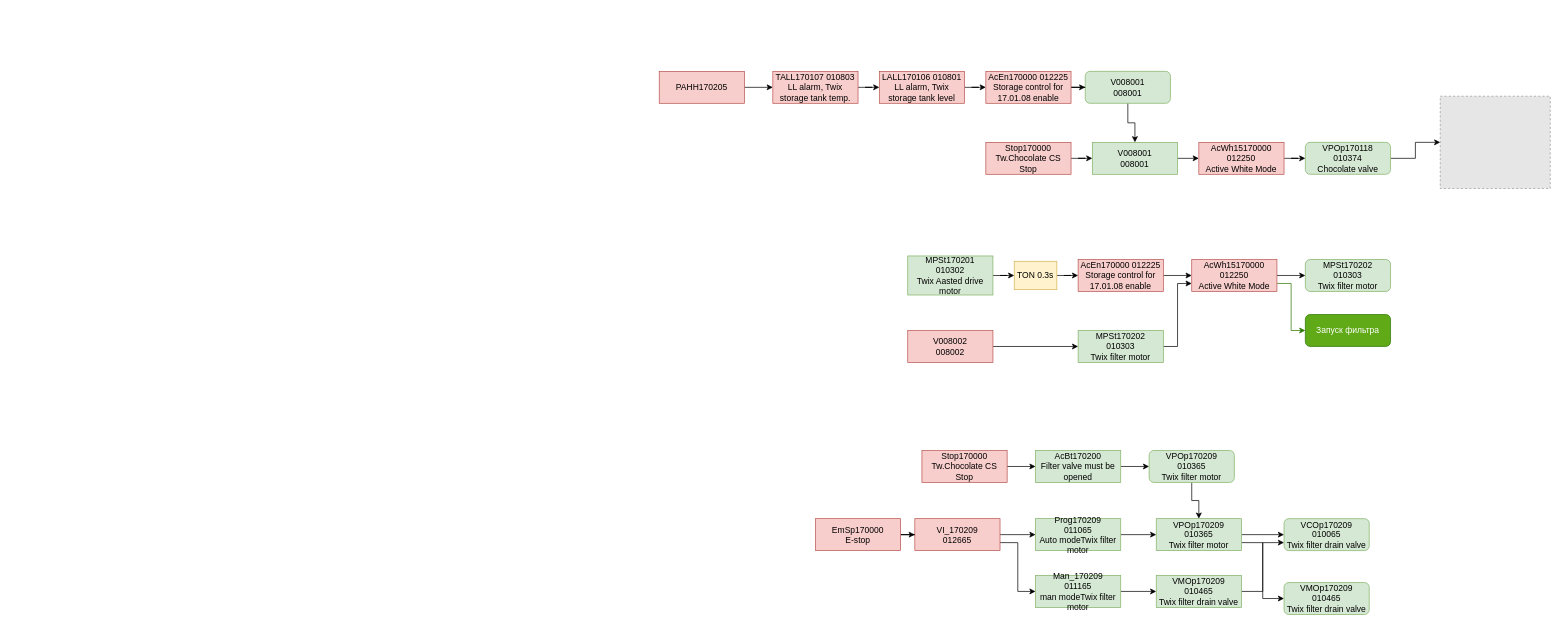
The draw.io diagram ChocFilter_MiniTwix.drawio in Johnystu/draw_io, before the edit. Source tidied: cells renumbered, new cells numbered last; positions are measured from the earlier drawing's top-left corner, leaving out a move shared by most shapes. Both pictures are drawn from the tidied source at 71%, with x=0, y=0 at pixel (659, 71). Pictures stored in the file or linked from it are replaced by grey dashed boxes.
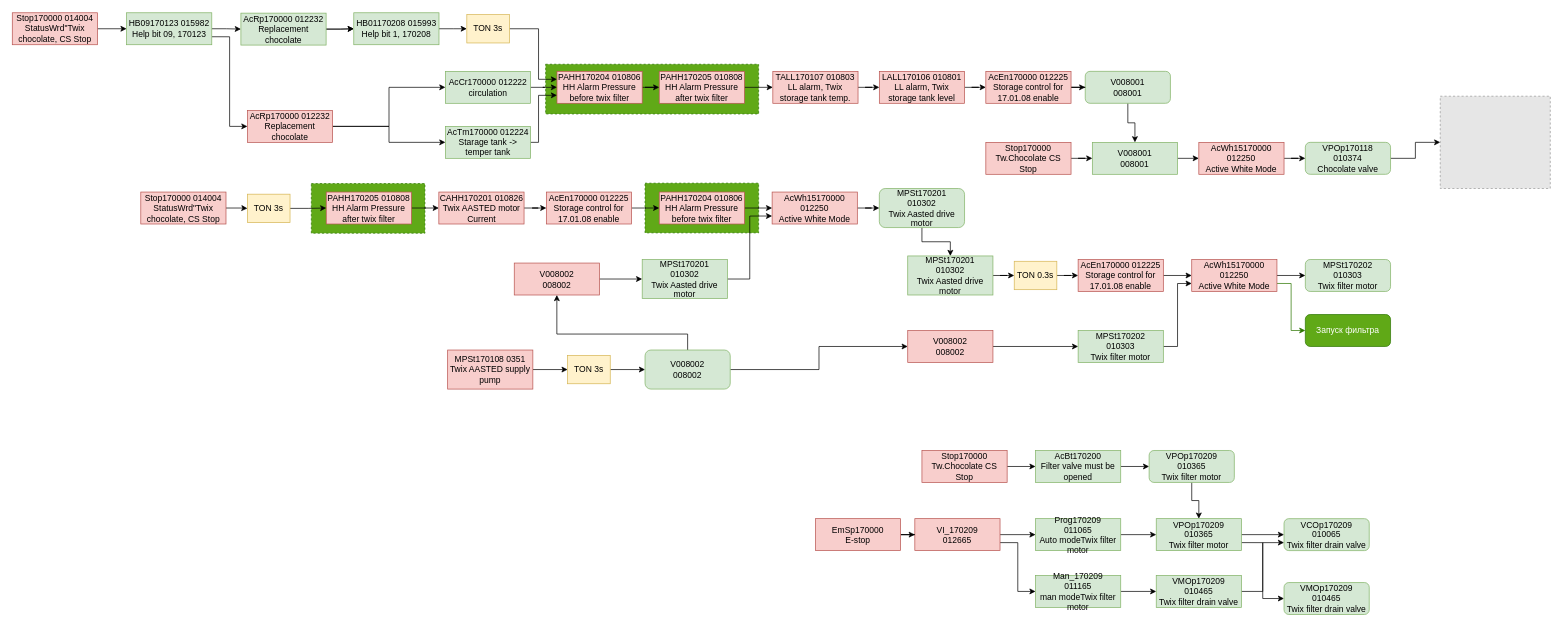
Above is the later version.

The change refers to these unchanged cells:
```xml
<mxCell id="11" value="&lt;div&gt;V008002&lt;/div&gt;&lt;div&gt;008002&lt;br&gt;&lt;/div&gt;" style="rounded=0;whiteSpace=wrap;html=1;fillColor=#f8cecc;strokeColor=#b85450;" parent="1" vertex="1">
  <mxGeometry x="350" y="365" width="120" height="45" as="geometry" />
</mxCell>
<mxCell id="15" value="&lt;div&gt;MPSt170201&lt;/div&gt;&lt;div&gt;010302&lt;/div&gt;&lt;div&gt;Twix Aasted drive motor&lt;br&gt;&lt;/div&gt;" style="rounded=0;whiteSpace=wrap;html=1;fillColor=#d5e8d4;strokeColor=#82b366;" parent="1" vertex="1">
  <mxGeometry x="350" y="260" width="120" height="55" as="geometry" />
</mxCell>
```

Diff of the diagram source:
```diff
@@
+    <mxCell id="58" style="rounded=0;whiteSpace=wrap;html=1;fillColor=#60a917;dashed=1;strokeColor=#2D7600;fontColor=#ffffff;" parent="1" vertex="1">
+      <mxGeometry x="-20" y="157.5" width="160" height="70" as="geometry" />
+    </mxCell>
+    <mxCell id="59" style="rounded=0;whiteSpace=wrap;html=1;fillColor=#60a917;dashed=1;strokeColor=#2D7600;fontColor=#ffffff;" parent="1" vertex="1">
+      <mxGeometry x="-490" y="158" width="160" height="70" as="geometry" />
+    </mxCell>
+    <mxCell id="60" style="rounded=0;whiteSpace=wrap;html=1;fillColor=#60a917;dashed=1;strokeColor=#2D7600;fontColor=#ffffff;" parent="1" vertex="1">
+      <mxGeometry x="-160" y="-10" width="300" height="70" as="geometry" />
+    </mxCell>
@@
-    <mxCell id="57" value="&lt;div&gt;PAHH170205 &lt;br&gt;&lt;/div&gt;" style="rounded=0;whiteSpace=wrap;html=1;fillColor=#f8cecc;strokeColor=#b85450;" parent="1" vertex="1">
+    <mxCell id="57" value="&lt;div&gt;PAHH170205 010808&lt;/div&gt;&lt;div&gt;HH Alarm Pressure after twix filter&lt;br&gt;&lt;/div&gt;" style="rounded=0;whiteSpace=wrap;html=1;fillColor=#f8cecc;strokeColor=#b85450;" parent="1" vertex="1">
       <mxGeometry width="120" height="45" as="geometry" />
     </mxCell>
+    <mxCell id="61" style="edgeStyle=orthogonalEdgeStyle;rounded=0;jettySize=auto;html=1;" parent="1" edge="1" source="62" target="57">
+      <mxGeometry relative="1" as="geometry" />
+    </mxCell>
+    <mxCell id="62" value="&lt;div&gt;PAHH170204 010806&lt;/div&gt;&lt;div&gt;HH Alarm Pressure before twix filter&lt;br&gt;&lt;/div&gt;" style="rounded=0;whiteSpace=wrap;html=1;fillColor=#f8cecc;strokeColor=#b85450;" parent="1" vertex="1">
+      <mxGeometry x="-144" width="120" height="45" as="geometry" />
+    </mxCell>
+    <mxCell id="63" style="edgeStyle=orthogonalEdgeStyle;rounded=0;jettySize=auto;html=1;entryX=0;entryY=0.5;entryDx=0;entryDy=0;" parent="1" edge="1" source="64" target="62">
+      <mxGeometry relative="1" as="geometry" />
+    </mxCell>
+    <mxCell id="64" value="&lt;div&gt;AcCr170000 012222&lt;/div&gt;&lt;div&gt;circulation&lt;br&gt;&lt;/div&gt;" style="rounded=0;whiteSpace=wrap;html=1;fillColor=#d5e8d4;strokeColor=#82b366;" parent="1" vertex="1">
+      <mxGeometry x="-301.2" width="120" height="45" as="geometry" />
+    </mxCell>
+    <mxCell id="65" style="edgeStyle=orthogonalEdgeStyle;rounded=0;jettySize=auto;html=1;entryX=0;entryY=0.75;entryDx=0;entryDy=0;" parent="1" edge="1" source="66" target="62">
+      <mxGeometry relative="1" as="geometry">
+        <Array as="points">
+          <mxPoint x="-170" y="100" />
+          <mxPoint x="-170" y="34" />
+        </Array>
+      </mxGeometry>
+    </mxCell>
+    <mxCell id="66" value="&lt;div&gt;AcTm170000 012224&lt;/div&gt;&lt;div&gt;Starage tank -&amp;gt; temper tank&lt;br&gt;&lt;/div&gt;" style="rounded=0;whiteSpace=wrap;html=1;fillColor=#d5e8d4;strokeColor=#82b366;" parent="1" vertex="1">
+      <mxGeometry x="-301.2" y="77.5" width="120" height="45" as="geometry" />
+    </mxCell>
+    <mxCell id="67" style="edgeStyle=orthogonalEdgeStyle;rounded=0;jettySize=auto;html=1;entryX=0;entryY=0.5;entryDx=0;entryDy=0;" parent="1" edge="1" source="69" target="64">
+      <mxGeometry relative="1" as="geometry" />
+    </mxCell>
+    <mxCell id="68" style="edgeStyle=orthogonalEdgeStyle;rounded=0;jettySize=auto;html=1;entryX=0;entryY=0.5;entryDx=0;entryDy=0;" parent="1" edge="1" source="69" target="66">
+      <mxGeometry relative="1" as="geometry" />
+    </mxCell>
+    <mxCell id="69" value="&lt;div&gt;AcRp170000 012232&lt;/div&gt;&lt;div&gt;Replacement chocolate&lt;br&gt;&lt;/div&gt;" style="rounded=0;whiteSpace=wrap;html=1;fillColor=#f8cecc;strokeColor=#b85450;" parent="1" vertex="1">
+      <mxGeometry x="-580" y="55" width="120" height="45" as="geometry" />
+    </mxCell>
+    <mxCell id="70" style="edgeStyle=orthogonalEdgeStyle;rounded=0;jettySize=auto;html=1;entryX=0;entryY=0.25;entryDx=0;entryDy=0;" parent="1" edge="1" source="71" target="62">
+      <mxGeometry relative="1" as="geometry">
+        <Array as="points">
+          <mxPoint x="-170" y="-60" />
+          <mxPoint x="-170" y="11" />
+        </Array>
+      </mxGeometry>
+    </mxCell>
+    <mxCell id="71" value="TON 3s" style="rounded=0;whiteSpace=wrap;html=1;fillColor=#fff2cc;strokeColor=#d6b656;" parent="1" vertex="1">
+      <mxGeometry x="-271" y="-80" width="60" height="40" as="geometry" />
+    </mxCell>
+    <mxCell id="72" style="edgeStyle=orthogonalEdgeStyle;rounded=0;jettySize=auto;html=1;" parent="1" edge="1" source="73" target="71">
+      <mxGeometry relative="1" as="geometry" />
+    </mxCell>
+    <mxCell id="73" value="&lt;div&gt;HB01170208 015993&lt;/div&gt;&lt;div&gt;Help bit 1, 170208&lt;br&gt;&lt;/div&gt;" style="rounded=0;whiteSpace=wrap;html=1;fillColor=#d5e8d4;strokeColor=#82b366;" parent="1" vertex="1">
+      <mxGeometry x="-430.2" y="-82.5" width="120" height="45" as="geometry" />
+    </mxCell>
+    <mxCell id="74" style="edgeStyle=orthogonalEdgeStyle;rounded=0;jettySize=auto;html=1;" parent="1" edge="1" source="76" target="73">
+      <mxGeometry relative="1" as="geometry" />
+    </mxCell>
+    <mxCell id="75" style="edgeStyle=orthogonalEdgeStyle;rounded=0;jettySize=auto;html=1;entryX=0;entryY=0.5;entryDx=0;entryDy=0;" parent="1" edge="1" source="76" target="73">
+      <mxGeometry relative="1" as="geometry" />
+    </mxCell>
+    <mxCell id="76" value="&lt;div&gt;AcRp170000 012232&lt;/div&gt;&lt;div&gt;Replacement chocolate&lt;br&gt;&lt;/div&gt;" style="rounded=0;whiteSpace=wrap;html=1;fillColor=#d5e8d4;strokeColor=#82b366;" parent="1" vertex="1">
+      <mxGeometry x="-589.2" y="-82" width="120" height="45" as="geometry" />
+    </mxCell>
+    <mxCell id="77" style="edgeStyle=orthogonalEdgeStyle;rounded=0;jettySize=auto;html=1;" parent="1" edge="1" source="79" target="76">
+      <mxGeometry relative="1" as="geometry" />
+    </mxCell>
+    <mxCell id="78" style="edgeStyle=orthogonalEdgeStyle;rounded=0;jettySize=auto;html=1;exitX=1;exitY=0.75;exitDx=0;exitDy=0;entryX=0;entryY=0.5;entryDx=0;entryDy=0;" parent="1" edge="1" source="79" target="69">
+      <mxGeometry relative="1" as="geometry" />
+    </mxCell>
+    <mxCell id="79" value="&lt;div&gt;HB09170123 015982&lt;/div&gt;&lt;div&gt;Help bit 09, 170123&lt;br&gt;&lt;/div&gt;" style="rounded=0;whiteSpace=wrap;html=1;fillColor=#d5e8d4;strokeColor=#82b366;" parent="1" vertex="1">
+      <mxGeometry x="-750.2" y="-82.5" width="120" height="45" as="geometry" />
+    </mxCell>
+    <mxCell id="80" style="edgeStyle=orthogonalEdgeStyle;rounded=0;jettySize=auto;html=1;" parent="1" edge="1" source="81" target="79">
+      <mxGeometry relative="1" as="geometry" />
+    </mxCell>
+    <mxCell id="81" value="&lt;div&gt;Stop170000 014004&lt;/div&gt;&lt;div&gt;StatusWrd&quot;Twix chocolate, CS Stop&lt;br&gt;&lt;/div&gt;" style="rounded=0;whiteSpace=wrap;html=1;fillColor=#f8cecc;strokeColor=#b85450;" parent="1" vertex="1">
+      <mxGeometry x="-911.2" y="-82.5" width="120" height="45" as="geometry" />
+    </mxCell>
+    <mxCell id="82" style="edgeStyle=orthogonalEdgeStyle;rounded=0;jettySize=auto;html=1;entryX=0;entryY=0.5;entryDx=0;entryDy=0;" parent="1" edge="1" source="83" target="85">
+      <mxGeometry relative="1" as="geometry" />
+    </mxCell>
+    <mxCell id="83" value="&lt;div&gt;AcWh15170000&lt;/div&gt;&lt;div&gt;012250&lt;br&gt;&lt;/div&gt;&lt;div&gt;Active White Mode&lt;br&gt;&lt;/div&gt;" style="rounded=0;whiteSpace=wrap;html=1;fillColor=#f8cecc;strokeColor=#b85450;" parent="1" vertex="1">
+      <mxGeometry x="159" y="170" width="120" height="45" as="geometry" />
+    </mxCell>
+    <mxCell id="84" style="edgeStyle=orthogonalEdgeStyle;rounded=0;jettySize=auto;html=1;" parent="1" edge="1" source="85" target="15">
+      <mxGeometry relative="1" as="geometry" />
+    </mxCell>
+    <mxCell id="85" value="&lt;div&gt;MPSt170201&lt;/div&gt;&lt;div&gt;010302&lt;/div&gt;&lt;div&gt;Twix Aasted drive motor&lt;br&gt;&lt;/div&gt;" style="rounded=1;whiteSpace=wrap;html=1;fillColor=#d5e8d4;strokeColor=#82b366;" parent="1" vertex="1">
+      <mxGeometry x="310" y="165" width="120" height="55" as="geometry" />
+    </mxCell>
+    <mxCell id="86" style="edgeStyle=orthogonalEdgeStyle;rounded=0;jettySize=auto;html=1;" parent="1" edge="1" source="87" target="83">
+      <mxGeometry relative="1" as="geometry" />
+    </mxCell>
+    <mxCell id="87" value="&lt;div&gt;PAHH170204 010806&lt;/div&gt;&lt;div&gt;HH Alarm Pressure before twix filter&lt;br&gt;&lt;/div&gt;" style="rounded=0;whiteSpace=wrap;html=1;fillColor=#f8cecc;strokeColor=#b85450;" parent="1" vertex="1">
+      <mxGeometry y="170" width="120" height="45" as="geometry" />
+    </mxCell>
+    <mxCell id="88" style="edgeStyle=orthogonalEdgeStyle;rounded=0;jettySize=auto;html=1;entryX=0;entryY=0.5;entryDx=0;entryDy=0;" parent="1" edge="1" source="89" target="87">
+      <mxGeometry relative="1" as="geometry" />
+    </mxCell>
+    <mxCell id="89" value="&lt;div&gt;AcEn170000 012225&lt;br&gt;&lt;/div&gt;&lt;div&gt;Storage control for 17.01.08 enable&lt;br&gt;&lt;/div&gt;" style="rounded=0;whiteSpace=wrap;html=1;fillColor=#f8cecc;strokeColor=#b85450;" parent="1" vertex="1">
+      <mxGeometry x="-159" y="170" width="120" height="45" as="geometry" />
+    </mxCell>
+    <mxCell id="90" style="edgeStyle=orthogonalEdgeStyle;rounded=0;jettySize=auto;html=1;" parent="1" edge="1" source="91" target="89">
+      <mxGeometry relative="1" as="geometry" />
+    </mxCell>
+    <mxCell id="91" value="&lt;div&gt;CAHH170201 010826&lt;/div&gt;&lt;div&gt;Twix AASTED motor&lt;/div&gt;&lt;div&gt;Current&lt;br&gt;&lt;/div&gt;" style="rounded=0;whiteSpace=wrap;html=1;fillColor=#f8cecc;strokeColor=#b85450;" parent="1" vertex="1">
+      <mxGeometry x="-310.4" y="170" width="120" height="45" as="geometry" />
+    </mxCell>
+    <mxCell id="92" style="edgeStyle=orthogonalEdgeStyle;rounded=0;jettySize=auto;html=1;entryX=0;entryY=0.5;entryDx=0;entryDy=0;" parent="1" edge="1" source="93" target="91">
+      <mxGeometry relative="1" as="geometry" />
+    </mxCell>
+    <mxCell id="93" value="&lt;div&gt;PAHH170205 010808&lt;/div&gt;&lt;div&gt;HH Alarm Pressure after twix filter&lt;br&gt;&lt;/div&gt;" style="rounded=0;whiteSpace=wrap;html=1;fillColor=#f8cecc;strokeColor=#b85450;" parent="1" vertex="1">
+      <mxGeometry x="-469" y="170" width="120" height="45" as="geometry" />
+    </mxCell>
+    <mxCell id="94" style="edgeStyle=orthogonalEdgeStyle;rounded=0;jettySize=auto;html=1;entryX=0;entryY=0.5;entryDx=0;entryDy=0;" parent="1" edge="1" source="95" target="93">
+      <mxGeometry relative="1" as="geometry" />
+    </mxCell>
+    <mxCell id="95" value="TON 3s" style="rounded=0;whiteSpace=wrap;html=1;fillColor=#fff2cc;strokeColor=#d6b656;" parent="1" vertex="1">
+      <mxGeometry x="-580" y="173" width="60" height="40" as="geometry" />
+    </mxCell>
+    <mxCell id="96" style="edgeStyle=orthogonalEdgeStyle;rounded=0;jettySize=auto;html=1;" parent="1" edge="1" source="97" target="95">
+      <mxGeometry relative="1" as="geometry" />
+    </mxCell>
+    <mxCell id="97" value="&lt;div&gt;Stop170000 014004&lt;/div&gt;&lt;div&gt;StatusWrd&quot;Twix chocolate, CS Stop&lt;br&gt;&lt;/div&gt;" style="rounded=0;whiteSpace=wrap;html=1;fillColor=#f8cecc;strokeColor=#b85450;" parent="1" vertex="1">
+      <mxGeometry x="-730.2" y="170" width="120" height="45" as="geometry" />
+    </mxCell>
+    <mxCell id="98" style="edgeStyle=orthogonalEdgeStyle;rounded=0;jettySize=auto;html=1;" parent="1" edge="1" source="99" target="101">
+      <mxGeometry relative="1" as="geometry" />
+    </mxCell>
+    <mxCell id="99" value="&lt;div&gt;V008002&lt;/div&gt;&lt;div&gt;008002&lt;br&gt;&lt;/div&gt;" style="rounded=0;whiteSpace=wrap;html=1;fillColor=#f8cecc;strokeColor=#b85450;" parent="1" vertex="1">
+      <mxGeometry x="-204.2" y="270" width="120" height="45" as="geometry" />
+    </mxCell>
+    <mxCell id="100" style="edgeStyle=orthogonalEdgeStyle;rounded=0;jettySize=auto;html=1;entryX=0;entryY=0.75;entryDx=0;entryDy=0;" parent="1" edge="1" source="101" target="83">
+      <mxGeometry relative="1" as="geometry" />
+    </mxCell>
+    <mxCell id="101" value="&lt;div&gt;MPSt170201&lt;/div&gt;&lt;div&gt;010302&lt;/div&gt;&lt;div&gt;Twix Aasted drive motor&lt;br&gt;&lt;/div&gt;" style="rounded=0;whiteSpace=wrap;html=1;fillColor=#d5e8d4;strokeColor=#82b366;" parent="1" vertex="1">
+      <mxGeometry x="-24" y="265" width="120" height="55" as="geometry" />
+    </mxCell>
+    <mxCell id="102" style="edgeStyle=orthogonalEdgeStyle;rounded=0;jettySize=auto;html=1;entryX=0.5;entryY=1;entryDx=0;entryDy=0;" parent="1" edge="1" source="104" target="99">
+      <mxGeometry relative="1" as="geometry">
+        <Array as="points">
+          <mxPoint x="40" y="370" />
+          <mxPoint x="-144" y="370" />
+        </Array>
+      </mxGeometry>
+    </mxCell>
+    <mxCell id="103" style="edgeStyle=orthogonalEdgeStyle;rounded=0;jettySize=auto;html=1;entryX=0;entryY=0.5;entryDx=0;entryDy=0;" parent="1" edge="1" source="104" target="11">
+      <mxGeometry relative="1" as="geometry" />
+    </mxCell>
+    <mxCell id="104" value="&lt;div&gt;V008002&lt;/div&gt;&lt;div&gt;008002&lt;br&gt;&lt;/div&gt;" style="rounded=1;whiteSpace=wrap;html=1;fillColor=#d5e8d4;strokeColor=#82b366;" parent="1" vertex="1">
+      <mxGeometry x="-20" y="392.5" width="120" height="55" as="geometry" />
+    </mxCell>
+    <mxCell id="105" style="edgeStyle=orthogonalEdgeStyle;rounded=0;jettySize=auto;html=1;" parent="1" edge="1" source="106" target="104">
+      <mxGeometry relative="1" as="geometry" />
+    </mxCell>
+    <mxCell id="106" value="TON 3s" style="rounded=0;whiteSpace=wrap;html=1;fillColor=#fff2cc;strokeColor=#d6b656;" parent="1" vertex="1">
+      <mxGeometry x="-129" y="400" width="60" height="40" as="geometry" />
+    </mxCell>
+    <mxCell id="107" style="edgeStyle=orthogonalEdgeStyle;rounded=0;jettySize=auto;html=1;entryX=0;entryY=0.5;entryDx=0;entryDy=0;" parent="1" edge="1" source="108" target="106">
+      <mxGeometry relative="1" as="geometry" />
+    </mxCell>
+    <mxCell id="108" value="&lt;div&gt;MPSt170108 0351&lt;/div&gt;&lt;div&gt;Twix AASTED supply pump&lt;br&gt;&lt;/div&gt;" style="rounded=0;whiteSpace=wrap;html=1;fillColor=#f8cecc;strokeColor=#b85450;" parent="1" vertex="1">
+      <mxGeometry x="-298" y="392.5" width="120" height="55" as="geometry" />
+    </mxCell>
```
